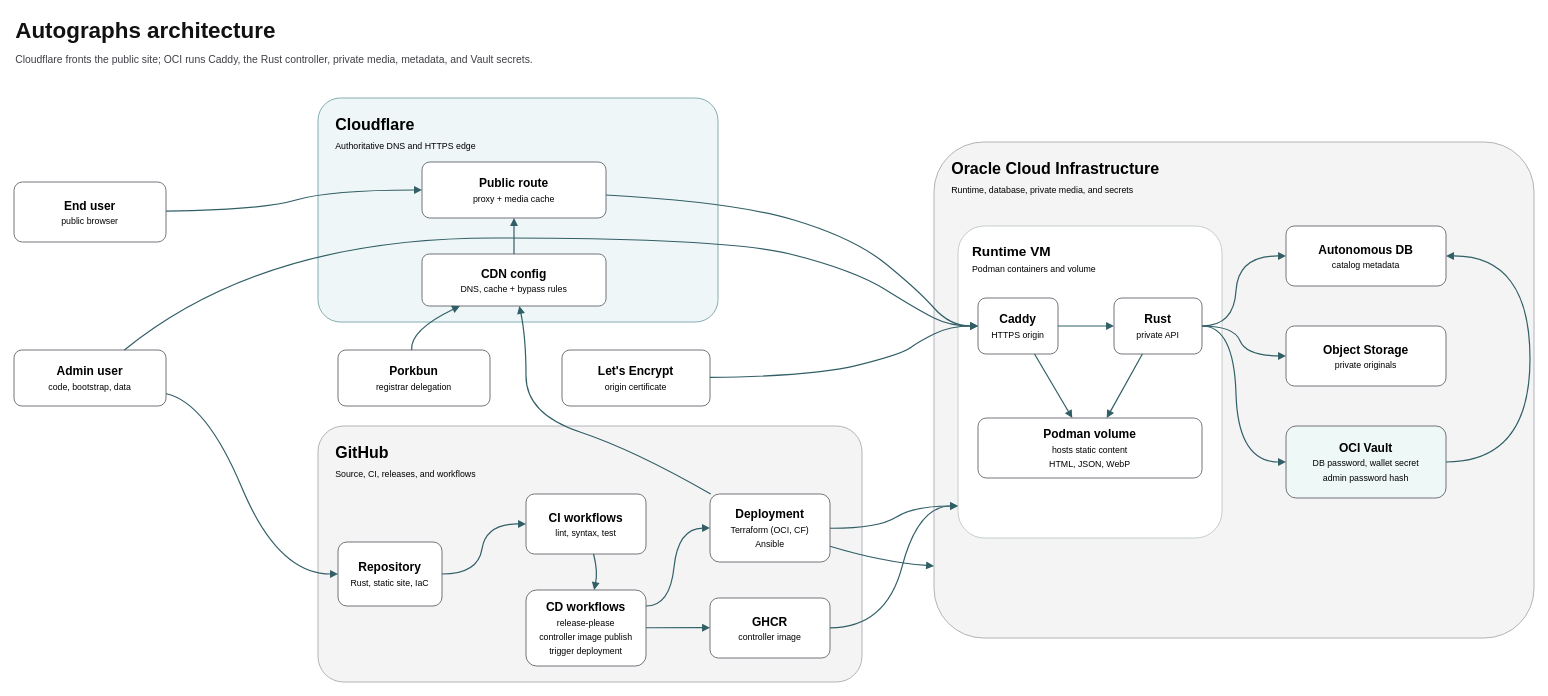
Above: docs/architecture.drawio in jetsaredim/autographs (draw.io), before the change. Source tidied: cells renumbered, new cells numbered last; positions are measured from the earlier drawing's top-left corner, leaving out a move shared by most shapes. Both pictures are drawn from the tidied source at 80%, with x=0, y=0 at pixel (14, 14).
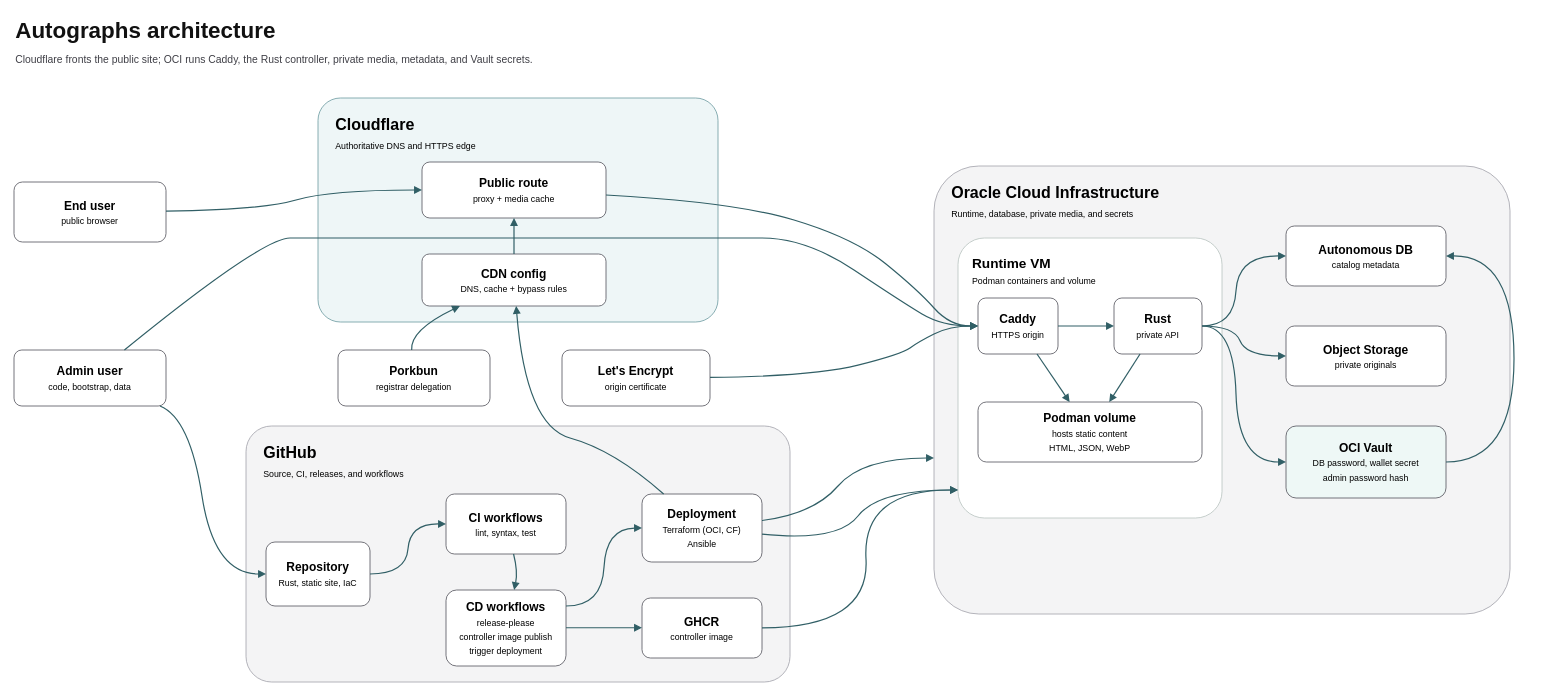
Above is the later version.

Commit message (it also covers changes not shown here):
docs: align architecture panels and deployment paths

The change refers to these unchanged cells:
```xml
<mxCell id="9" value="&lt;b&gt;CDN config&lt;/b&gt;&lt;br&gt;&lt;font style=&quot;font-size: 11px; font-weight: 400;&quot;&gt;DNS, cache + bypass rules&lt;/font&gt;" style="rounded=1;whiteSpace=wrap;html=1;fillColor=#ffffff;strokeColor=#52525b;arcSize=14;align=center;verticalAlign=middle;fontSize=15;" parent="1" vertex="1">
  <mxGeometry x="510" y="300" width="230" height="65" as="geometry" />
</mxCell>
<mxCell id="15" value="&lt;b&gt;Caddy&lt;/b&gt;&lt;br&gt;&lt;font style=&quot;font-size: 11px; font-weight: 400;&quot;&gt;HTTPS origin&lt;/font&gt;" style="rounded=1;whiteSpace=wrap;html=1;fillColor=#ffffff;strokeColor=#52525b;arcSize=14;align=center;verticalAlign=middle;fontSize=15;" parent="1" vertex="1">
  <mxGeometry x="1205" y="355" width="100" height="70" as="geometry" />
</mxCell>
<mxCell id="18" value="&lt;b&gt;Autonomous DB&lt;/b&gt;&lt;br&gt;&lt;font style=&quot;font-size: 11px; font-weight: 400;&quot;&gt;catalog metadata&lt;/font&gt;" style="rounded=1;whiteSpace=wrap;html=1;fillColor=#ffffff;strokeColor=#52525b;arcSize=14;align=center;verticalAlign=middle;fontSize=15;" parent="1" vertex="1">
  <mxGeometry x="1590" y="265" width="200" height="75" as="geometry" />
</mxCell>
<mxCell id="20" value="&lt;b&gt;OCI Vault&lt;/b&gt;&lt;br&gt;&lt;font style=&quot;font-size: 11px; font-weight: 400;&quot;&gt;DB password, wallet secret&lt;br&gt;admin password hash&lt;/font&gt;" style="rounded=1;whiteSpace=wrap;html=1;fillColor=#eef8f6;strokeColor=#52525b;arcSize=14;align=center;verticalAlign=middle;fontSize=15;" parent="1" vertex="1">
  <mxGeometry x="1590" y="515" width="200" height="90" as="geometry" />
</mxCell>
<mxCell id="23" value="&lt;b&gt;Admin user&lt;/b&gt;&lt;br&gt;&lt;font style=&quot;font-size: 11px; font-weight: 400;&quot;&gt;code, bootstrap, data&lt;/font&gt;" style="rounded=1;whiteSpace=wrap;html=1;fillColor=#ffffff;strokeColor=#52525b;arcSize=14;align=center;verticalAlign=middle;fontSize=15;" parent="1" vertex="1">
  <mxGeometry y="420" width="190" height="70" as="geometry" />
</mxCell>
```

Diff of the diagram source:
```diff
@@
     <mxCell id="5" value="&lt;b&gt;GitHub&lt;/b&gt;&lt;br&gt;&lt;font style=&quot;font-size: 11px; font-weight: 400;&quot;&gt;Source, CI, releases, and workflows&lt;/font&gt;" style="rounded=1;whiteSpace=wrap;html=1;fillColor=#f4f4f5;strokeColor=#a1a1aa;arcSize=10;align=left;verticalAlign=top;spacingLeft=20;spacingTop=14;fontSize=20;fontStyle=1;" parent="1" vertex="1">
-      <mxGeometry x="380" y="515" width="680" height="320" as="geometry" />
+      <mxGeometry x="290" y="515" width="680" height="320" as="geometry" />
     </mxCell>
     <mxCell id="6" value="&lt;b&gt;Oracle Cloud Infrastructure&lt;/b&gt;&lt;br&gt;&lt;font style=&quot;font-size: 11px; font-weight: 400;&quot;&gt;Runtime, database, private media, and secrets&lt;/font&gt;" style="rounded=1;whiteSpace=wrap;html=1;fillColor=#f4f4f5;strokeColor=#a1a1aa;arcSize=10;align=left;verticalAlign=top;spacingLeft=20;spacingTop=14;fontSize=20;fontStyle=1;" parent="1" vertex="1">
-      <mxGeometry x="1150" y="160" width="750" height="620" as="geometry" />
+      <mxGeometry x="1150" y="190" width="720" height="560" as="geometry" />
     </mxCell>
     <mxCell id="7" value="&lt;b&gt;Runtime VM&lt;/b&gt;&lt;br&gt;&lt;font style=&quot;font-size: 11px; font-weight: 400;&quot;&gt;Podman containers and volume&lt;/font&gt;" style="rounded=1;whiteSpace=wrap;html=1;fillColor=#ffffff;strokeColor=#b8c3bf;arcSize=10;align=left;verticalAlign=top;spacingLeft=16;spacingTop=16;fontSize=17;fontStyle=1;" parent="1" vertex="1">
-      <mxGeometry x="1180" y="265" width="330" height="390" as="geometry" />
+      <mxGeometry x="1180" y="280" width="330" height="350" as="geometry" />
     </mxCell>
@@
     <mxCell id="10" value="&lt;b&gt;Repository&lt;/b&gt;&lt;br&gt;&lt;font style=&quot;font-size: 11px; font-weight: 400;&quot;&gt;Rust, static site, IaC&lt;/font&gt;" style="rounded=1;whiteSpace=wrap;html=1;fillColor=#ffffff;strokeColor=#52525b;arcSize=14;align=center;verticalAlign=middle;fontSize=15;" parent="1" vertex="1">
-      <mxGeometry x="405" y="660" width="130" height="80" as="geometry" />
+      <mxGeometry x="315" y="660" width="130" height="80" as="geometry" />
     </mxCell>
     <mxCell id="11" value="&lt;b&gt;CI workflows&lt;/b&gt;&lt;br&gt;&lt;font style=&quot;font-size: 11px; font-weight: 400;&quot;&gt;lint, syntax, test&lt;/font&gt;" style="rounded=1;whiteSpace=wrap;html=1;fillColor=#ffffff;strokeColor=#52525b;arcSize=14;align=center;verticalAlign=middle;fontSize=15;" parent="1" vertex="1">
-      <mxGeometry x="640" y="600" width="150" height="75" as="geometry" />
+      <mxGeometry x="540" y="600" width="150" height="75" as="geometry" />
     </mxCell>
     <mxCell id="12" value="&lt;b&gt;CD workflows&lt;/b&gt;&lt;br&gt;&lt;font style=&quot;font-size: 11px; font-weight: 400;&quot;&gt;release-please&lt;br&gt;controller image publish&lt;br&gt;trigger deployment&lt;/font&gt;" style="rounded=1;whiteSpace=wrap;html=1;fillColor=#ffffff;strokeColor=#52525b;arcSize=14;align=center;verticalAlign=middle;fontSize=15;" parent="1" vertex="1">
-      <mxGeometry x="640" y="720" width="150" height="95" as="geometry" />
+      <mxGeometry x="540" y="720" width="150" height="95" as="geometry" />
     </mxCell>
     <mxCell id="13" value="&lt;b&gt;Deployment&lt;/b&gt;&lt;br&gt;&lt;font style=&quot;font-size: 11px; font-weight: 400;&quot;&gt;Terraform (OCI, CF)&lt;br&gt;Ansible&lt;/font&gt;" style="rounded=1;whiteSpace=wrap;html=1;fillColor=#ffffff;strokeColor=#52525b;arcSize=14;align=center;verticalAlign=middle;fontSize=15;" parent="1" vertex="1">
-      <mxGeometry x="870" y="600" width="150" height="85" as="geometry" />
+      <mxGeometry x="785" y="600" width="150" height="85" as="geometry" />
     </mxCell>
     <mxCell id="14" value="&lt;b&gt;GHCR&lt;/b&gt;&lt;br&gt;&lt;font style=&quot;font-size: 11px; font-weight: 400;&quot;&gt;controller image&lt;/font&gt;" style="rounded=1;whiteSpace=wrap;html=1;fillColor=#ffffff;strokeColor=#52525b;arcSize=14;align=center;verticalAlign=middle;fontSize=15;" parent="1" vertex="1">
-      <mxGeometry x="870" y="730" width="150" height="75" as="geometry" />
+      <mxGeometry x="785" y="730" width="150" height="75" as="geometry" />
     </mxCell>
@@
     <mxCell id="17" value="&lt;b&gt;Podman volume&lt;/b&gt;&lt;br&gt;&lt;font style=&quot;font-size: 11px; font-weight: 400;&quot;&gt;hosts static content&lt;br&gt;HTML, JSON, WebP&lt;/font&gt;" style="rounded=1;whiteSpace=wrap;html=1;fillColor=#ffffff;strokeColor=#52525b;arcSize=14;align=center;verticalAlign=middle;fontSize=15;" parent="1" vertex="1">
-      <mxGeometry x="1205" y="505" width="280" height="75" as="geometry" />
+      <mxGeometry x="1205" y="485" width="280" height="75" as="geometry" />
     </mxCell>
@@
     <mxCell id="29" style="endArrow=block;html=1;rounded=1;curved=1;strokeColor=#315f66;strokeWidth=1.5;fontSize=11;fontColor=#315f66;labelBackgroundColor=#ffffff;" parent="1" edge="1" source="23" target="15">
       <mxGeometry relative="1" as="geometry">
         <Array as="points">
           <mxPoint x="310" y="280" />
-          <mxPoint x="890" y="280" />
-          <mxPoint x="1050" y="320" />
-          <mxPoint x="1130" y="370" />
-          <mxPoint x="1170" y="390" />
+          <mxPoint x="380" y="280" />
+          <mxPoint x="600" y="280" />
+          <mxPoint x="880" y="280" />
+          <mxPoint x="990" y="280" />
+          <mxPoint x="1110" y="360" />
+          <mxPoint x="1160" y="390" />
         </Array>
       </mxGeometry>
     </mxCell>
     <mxCell id="30" style="endArrow=block;html=1;rounded=1;curved=1;strokeColor=#315f66;strokeWidth=1.5;fontSize=11;fontColor=#315f66;labelBackgroundColor=#ffffff;entryX=0;entryY=0.5;" parent="1" edge="1" source="23" target="10">
       <mxGeometry relative="1" as="geometry">
         <Array as="points">
-          <mxPoint x="240" y="485" />
-          <mxPoint x="330" y="700" />
+          <mxPoint x="220" y="505" />
+          <mxPoint x="250" y="700" />
         </Array>
       </mxGeometry>
     </mxCell>
     <mxCell id="31" style="endArrow=block;html=1;rounded=1;curved=1;strokeColor=#315f66;strokeWidth=1.5;fontSize=11;fontColor=#315f66;labelBackgroundColor=#ffffff;exitX=1;exitY=0.5;entryX=0;entryY=0.5;" parent="1" edge="1" source="10" target="11">
       <mxGeometry relative="1" as="geometry">
         <Array as="points">
-          <mxPoint x="580" y="700" />
-          <mxPoint x="590" y="637" />
+          <mxPoint x="490" y="700" />
+          <mxPoint x="495" y="637" />
         </Array>
       </mxGeometry>
     </mxCell>
     <mxCell id="32" style="endArrow=block;html=1;rounded=1;curved=1;strokeColor=#315f66;strokeWidth=1.5;fontSize=11;fontColor=#315f66;labelBackgroundColor=#ffffff;" parent="1" edge="1" source="11" target="12">
       <mxGeometry relative="1" as="geometry">
         <Array as="points">
-          <mxPoint x="730" y="697" />
+          <mxPoint x="630" y="697" />
         </Array>
       </mxGeometry>
     </mxCell>
     <mxCell id="33" style="endArrow=block;html=1;rounded=1;curved=1;strokeColor=#315f66;strokeWidth=1.5;fontSize=11;fontColor=#315f66;labelBackgroundColor=#ffffff;" parent="1" edge="1" source="12" target="14">
       <mxGeometry relative="1" as="geometry">
         <Array as="points">
-          <mxPoint x="825" y="767" />
+          <mxPoint x="735" y="767" />
         </Array>
       </mxGeometry>
     </mxCell>
     <mxCell id="34" style="endArrow=block;html=1;rounded=1;curved=1;strokeColor=#315f66;strokeWidth=1.5;fontSize=11;fontColor=#315f66;labelBackgroundColor=#ffffff;exitX=1;exitY=0.2105;entryX=0;entryY=0.5;" parent="1" edge="1" source="12" target="13">
       <mxGeometry relative="1" as="geometry">
         <Array as="points">
-          <mxPoint x="820" y="740" />
-          <mxPoint x="830" y="643" />
+          <mxPoint x="735" y="740" />
+          <mxPoint x="740" y="643" />
         </Array>
       </mxGeometry>
     </mxCell>
-    <mxCell id="35" style="endArrow=block;html=1;rounded=1;curved=1;strokeColor=#315f66;strokeWidth=1.5;fontSize=11;fontColor=#315f66;labelBackgroundColor=#ffffff;entryX=0;entryY=0.8974;" parent="1" edge="1" source="13" target="7">
+    <mxCell id="35" style="endArrow=block;html=1;rounded=1;curved=1;strokeColor=#315f66;strokeWidth=1.5;fontSize=11;fontColor=#315f66;labelBackgroundColor=#ffffff;entryX=0;entryY=0.9;" parent="1" edge="1" source="13" target="7">
       <mxGeometry relative="1" as="geometry">
         <Array as="points">
-          <mxPoint x="1080" y="643" />
-          <mxPoint x="1125" y="615" />
+          <mxPoint x="1030" y="660" />
+          <mxPoint x="1080" y="595" />
         </Array>
       </mxGeometry>
     </mxCell>
-    <mxCell id="36" style="endArrow=block;html=1;rounded=1;curved=1;strokeColor=#315f66;strokeWidth=1.5;fontSize=11;fontColor=#315f66;labelBackgroundColor=#ffffff;entryX=0;entryY=0.8548;" parent="1" edge="1" source="13" target="6">
+    <mxCell id="36" style="endArrow=block;html=1;rounded=1;curved=1;strokeColor=#315f66;strokeWidth=1.5;fontSize=11;fontColor=#315f66;labelBackgroundColor=#ffffff;entryX=0;entryY=0.6518;" parent="1" edge="1" source="13" target="6">
       <mxGeometry relative="1" as="geometry">
         <Array as="points">
-          <mxPoint x="1085" y="685" />
+          <mxPoint x="1000" y="625" />
+          <mxPoint x="1060" y="555" />
         </Array>
       </mxGeometry>
     </mxCell>
     <mxCell id="37" style="endArrow=block;html=1;rounded=1;curved=1;strokeColor=#315f66;strokeWidth=1.5;fontSize=11;fontColor=#315f66;labelBackgroundColor=#ffffff;" parent="1" edge="1" source="13" target="9">
       <mxGeometry relative="1" as="geometry">
         <Array as="points">
-          <mxPoint x="775" y="545" />
-          <mxPoint x="640" y="500" />
-          <mxPoint x="640" y="405" />
+          <mxPoint x="750" y="545" />
+          <mxPoint x="640" y="515" />
         </Array>
       </mxGeometry>
     </mxCell>
-    <mxCell id="38" style="endArrow=block;html=1;rounded=1;curved=1;strokeColor=#315f66;strokeWidth=1.5;fontSize=11;fontColor=#315f66;labelBackgroundColor=#ffffff;entryX=0;entryY=0.8974;" parent="1" edge="1" source="14" target="7">
+    <mxCell id="38" style="endArrow=block;html=1;rounded=1;curved=1;strokeColor=#315f66;strokeWidth=1.5;fontSize=11;fontColor=#315f66;labelBackgroundColor=#ffffff;entryX=0;entryY=0.9;" parent="1" edge="1" source="14" target="7">
       <mxGeometry relative="1" as="geometry">
         <Array as="points">
-          <mxPoint x="1090" y="767" />
-          <mxPoint x="1130" y="615" />
+          <mxPoint x="1070" y="767" />
+          <mxPoint x="1060" y="595" />
         </Array>
       </mxGeometry>
     </mxCell>
@@
     <mxCell id="46" style="endArrow=block;html=1;rounded=1;curved=1;strokeColor=#315f66;strokeWidth=1.5;fontSize=11;fontColor=#315f66;labelBackgroundColor=#ffffff;exitX=1;exitY=0.5;entryX=1;entryY=0.5;" parent="1" edge="1" source="20" target="18">
       <mxGeometry relative="1" as="geometry">
         <Array as="points">
-          <mxPoint x="1895" y="560" />
-          <mxPoint x="1895" y="302" />
+          <mxPoint x="1875" y="560" />
+          <mxPoint x="1875" y="302" />
         </Array>
       </mxGeometry>
     </mxCell>
```
